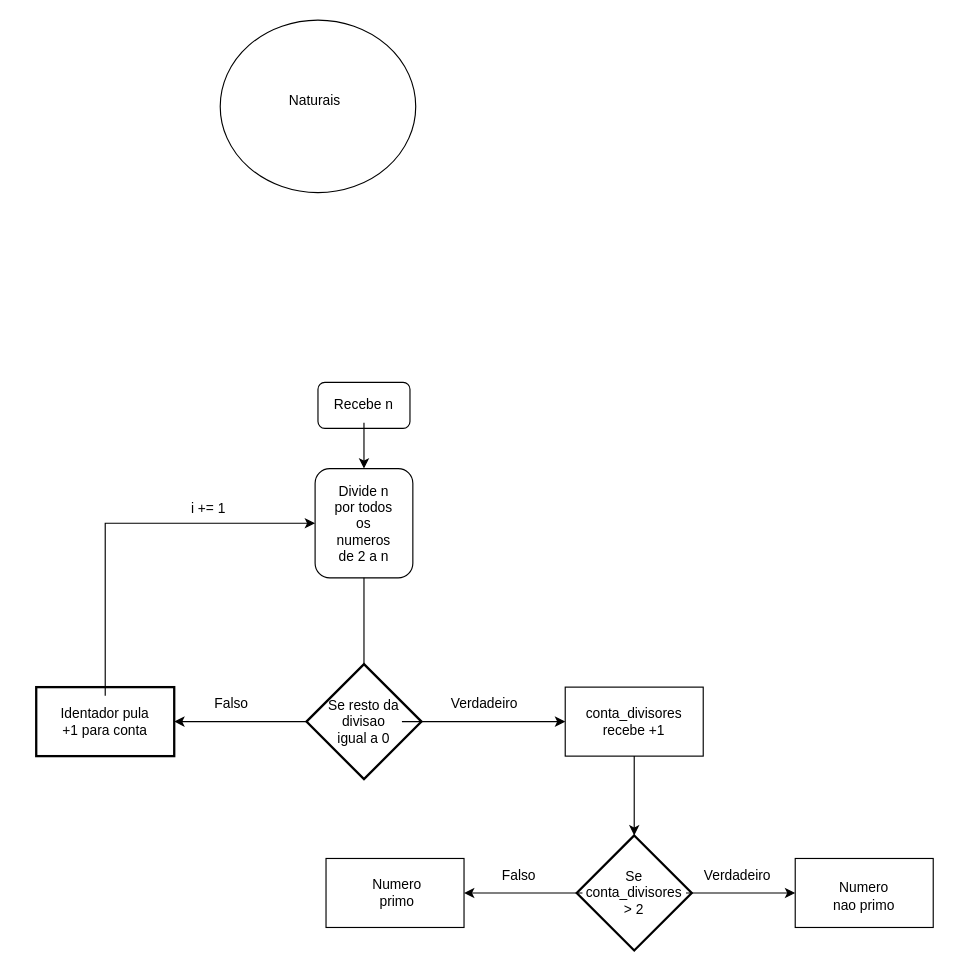
Above: ALGORITMO/Questao4.drawio in Braga-Pedro/TADS_Disciplinas (draw.io), before the change. Source tidied: cells renumbered, new cells numbered last; positions are measured from the earlier drawing's top-left corner, leaving out a move shared by most shapes. Both pictures are drawn from the tidied source at 115%, with x=0, y=0 at pixel (36, 20).
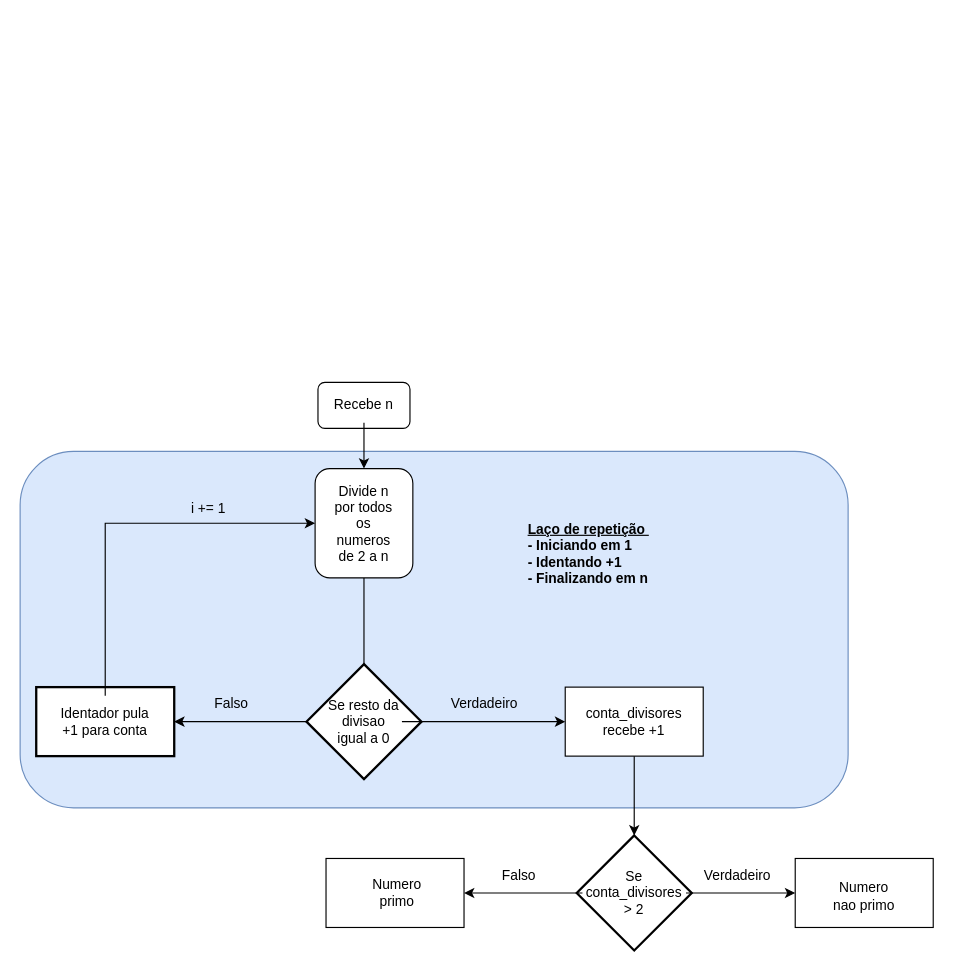
After the change.

Commit message:
Inserindo laço de repeticação

Change to the diagram source:
```diff
@@
-    <mxCell id="2" style="ellipse;whiteSpace=wrap;html=1;" parent="1" vertex="1">
-      <mxGeometry x="160" width="170" height="150" as="geometry" />
-    </mxCell>
-    <mxCell id="3" value="Naturais" style="text;strokeColor=none;align=center;fillColor=none;html=1;verticalAlign=middle;whiteSpace=wrap;rounded=0;" parent="1" vertex="1">
-      <mxGeometry x="215" y="60" width="55" height="20" as="geometry" />
-    </mxCell>
+    <mxCell id="33" style="rounded=1;whiteSpace=wrap;html=1;fillColor=#dae8fc;strokeColor=#6c8ebf;" parent="1" vertex="1">
+      <mxGeometry x="-14" y="375" width="720" height="310" as="geometry" />
+    </mxCell>
@@
+    <mxCell id="34" value="&lt;div style=&quot;text-align: justify;&quot;&gt;&lt;span style=&quot;background-color: initial;&quot;&gt;&lt;b&gt;&lt;u&gt;Laço de repetição&amp;nbsp;&lt;/u&gt;&lt;/b&gt;&lt;/span&gt;&lt;/div&gt;&lt;div style=&quot;text-align: justify;&quot;&gt;&lt;b style=&quot;background-color: initial;&quot;&gt;- Iniciando em 1&lt;/b&gt;&lt;/div&gt;&lt;div style=&quot;text-align: justify;&quot;&gt;&lt;b style=&quot;background-color: initial;&quot;&gt;- Identando +1&lt;/b&gt;&lt;/div&gt;&lt;b&gt;&lt;div style=&quot;text-align: justify;&quot;&gt;&lt;span style=&quot;background-color: initial;&quot;&gt;- Finalizando em n&lt;/span&gt;&lt;/div&gt;&lt;/b&gt;" style="text;strokeColor=none;align=center;fillColor=none;html=1;verticalAlign=middle;whiteSpace=wrap;rounded=0;" parent="1" vertex="1">
+      <mxGeometry x="415" y="422.5" width="131" height="82.5" as="geometry" />
+    </mxCell>
```
